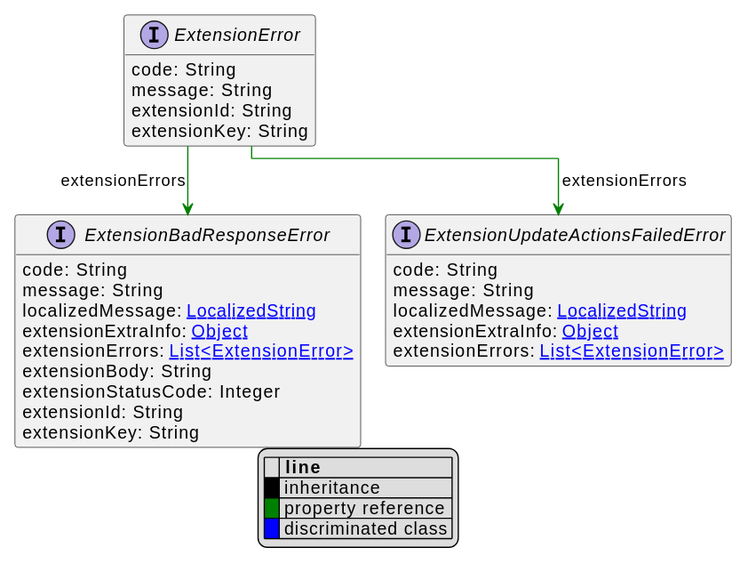
Above: uml/api/svg/ExtensionError.svg in commercetools/commercetools-api-reference (PlantUML), before the change.
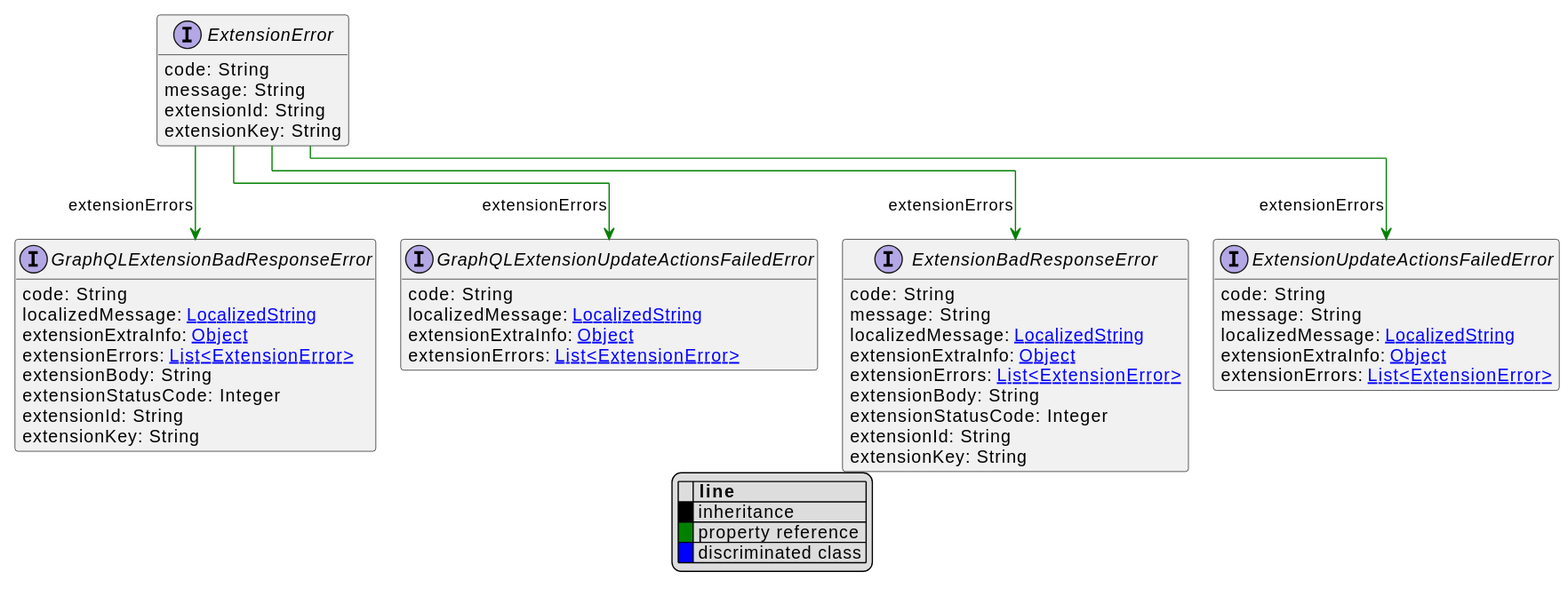
The same diagram one commit later.

Change to the diagram source:
```diff
@@ -35,7 +35,25 @@
     extensionExtraInfo: [[Object.svg Object]]
     extensionErrors: [[ExtensionError.svg List<ExtensionError>]]
 }
+interface GraphQLExtensionBadResponseError [[GraphQLExtensionBadResponseError.svg]]  {
+    code: String
+    localizedMessage: [[LocalizedString.svg LocalizedString]]
+    extensionExtraInfo: [[Object.svg Object]]
+    extensionErrors: [[ExtensionError.svg List<ExtensionError>]]
+    extensionBody: String
+    extensionStatusCode: Integer
+    extensionId: String
+    extensionKey: String
+}
+interface GraphQLExtensionUpdateActionsFailedError [[GraphQLExtensionUpdateActionsFailedError.svg]]  {
+    code: String
+    localizedMessage: [[LocalizedString.svg LocalizedString]]
+    extensionExtraInfo: [[Object.svg Object]]
+    extensionErrors: [[ExtensionError.svg List<ExtensionError>]]
+}
 
 ExtensionError --> ExtensionBadResponseError #green;text:green : "extensionErrors"
 ExtensionError --> ExtensionUpdateActionsFailedError #green;text:green : "extensionErrors"
+ExtensionError --> GraphQLExtensionBadResponseError #green;text:green : "extensionErrors"
+ExtensionError --> GraphQLExtensionUpdateActionsFailedError #green;text:green : "extensionErrors"
 @enduml
```
